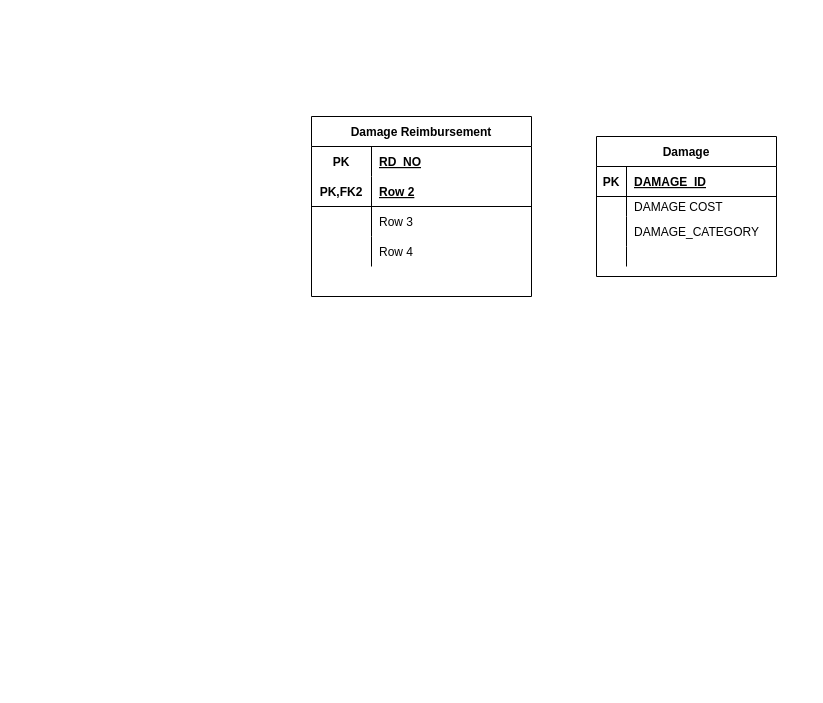
SaraHoxha/lds-dw-modelling keeps this draw.io diagram as dw_schema.drawio. Above is the earlier version. Source tidied: cells renumbered, new cells numbered last; positions are measured from the earlier drawing's top-left corner, leaving out a move shared by most shapes. Both pictures are drawn from the tidied source at 100%, with x=0, y=0 at pixel (311, 116).
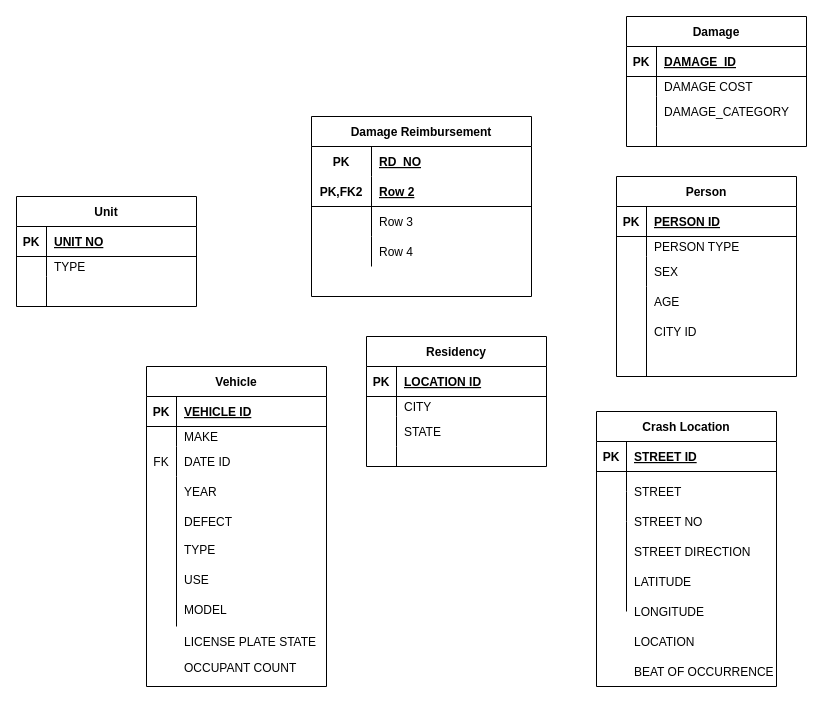
After the change.

Commit message (it also covers changes not shown here):
Dw schema shared skatch

Diff of the diagram source:
```diff
@@
     <mxCell id="15" value="Damage" style="shape=table;startSize=30;childLayout=tableLayout;rowLines=0;fontStyle=1;align=center;" parent="1" vertex="1">
-      <mxGeometry x="285" y="20" width="180" height="140" as="geometry" />
+      <mxGeometry x="315" y="-100" width="180" height="130" as="geometry" />
     </mxCell>
@@
+    <mxCell id="28" value="Person" style="shape=table;startSize=30;childLayout=tableLayout;rowLines=0;fontStyle=1;align=center;" parent="1" vertex="1">
+      <mxGeometry x="305" y="60" width="180" height="200" as="geometry" />
+    </mxCell>
+    <mxCell id="29" style="shape=tableRow;horizontal=0;startSize=0;swimlaneHead=0;swimlaneBody=0;fillColor=none;top=0;left=0;right=0;bottom=1;" parent="28" vertex="1">
+      <mxGeometry y="30" width="180" height="30" as="geometry" />
+    </mxCell>
+    <mxCell id="30" value="PK" style="shape=partialRectangle;fillColor=none;top=0;left=0;bottom=0;right=0;fontStyle=1;overflow=hidden;" parent="29" vertex="1">
+      <mxGeometry width="30" height="30" as="geometry" />
+    </mxCell>
+    <mxCell id="31" value="PERSON ID" style="shape=partialRectangle;fillColor=none;top=0;left=0;bottom=0;right=0;align=left;spacingLeft=6;fontStyle=5;overflow=hidden;" parent="29" vertex="1">
+      <mxGeometry x="30" width="150" height="30" as="geometry" />
+    </mxCell>
+    <mxCell id="32" style="shape=tableRow;horizontal=0;startSize=0;swimlaneHead=0;swimlaneBody=0;fillColor=none;top=0;left=0;right=0;bottom=0;" parent="28" vertex="1">
+      <mxGeometry y="60" width="180" height="20" as="geometry" />
+    </mxCell>
+    <mxCell id="33" style="shape=partialRectangle;fillColor=none;top=0;left=0;bottom=0;right=0;overflow=hidden;" parent="32" vertex="1">
+      <mxGeometry width="30" height="20" as="geometry" />
+    </mxCell>
+    <mxCell id="34" value="PERSON TYPE" style="shape=partialRectangle;fillColor=none;top=0;left=0;bottom=0;right=0;align=left;spacingLeft=6;overflow=hidden;" parent="32" vertex="1">
+      <mxGeometry x="30" width="150" height="20" as="geometry" />
+    </mxCell>
+    <mxCell id="35" style="shape=tableRow;horizontal=0;startSize=0;swimlaneHead=0;swimlaneBody=0;fillColor=none;top=0;left=0;right=0;bottom=0;" parent="28" vertex="1">
+      <mxGeometry y="80" width="180" height="30" as="geometry" />
+    </mxCell>
+    <mxCell id="36" style="shape=partialRectangle;fillColor=none;top=0;left=0;bottom=0;right=0;overflow=hidden;" parent="35" vertex="1">
+      <mxGeometry width="30" height="30" as="geometry" />
+    </mxCell>
+    <mxCell id="37" value="SEX" style="shape=partialRectangle;fillColor=none;top=0;left=0;bottom=0;right=0;align=left;spacingLeft=6;overflow=hidden;" parent="35" vertex="1">
+      <mxGeometry x="30" width="150" height="30" as="geometry" />
+    </mxCell>
+    <mxCell id="38" style="shape=tableRow;horizontal=0;startSize=0;swimlaneHead=0;swimlaneBody=0;fillColor=none;top=0;left=0;right=0;bottom=0;" parent="28" vertex="1">
+      <mxGeometry y="110" width="180" height="90" as="geometry" />
+    </mxCell>
+    <mxCell id="39" style="shape=partialRectangle;fillColor=none;top=0;left=0;bottom=0;right=0;overflow=hidden;" parent="38" vertex="1">
+      <mxGeometry width="30" height="90" as="geometry" />
+    </mxCell>
+    <mxCell id="40" style="shape=partialRectangle;fillColor=none;top=0;left=0;bottom=0;right=0;align=left;spacingLeft=6;overflow=hidden;" parent="38" vertex="1">
+      <mxGeometry x="30" width="150" height="90" as="geometry" />
+    </mxCell>
+    <mxCell id="41" value="AGE" style="shape=partialRectangle;fillColor=none;top=0;left=0;bottom=0;right=0;align=left;spacingLeft=6;overflow=hidden;" parent="1" vertex="1">
+      <mxGeometry x="335" y="170" width="150" height="30" as="geometry" />
+    </mxCell>
+    <mxCell id="42" value="CITY ID" style="shape=partialRectangle;fillColor=none;top=0;left=0;bottom=0;right=0;align=left;spacingLeft=6;overflow=hidden;" parent="1" vertex="1">
+      <mxGeometry x="335" y="200" width="150" height="30" as="geometry" />
+    </mxCell>
+    <mxCell id="43" value="Residency" style="shape=table;startSize=30;childLayout=tableLayout;rowLines=0;fontStyle=1;align=center;" parent="1" vertex="1">
+      <mxGeometry x="55" y="220" width="180" height="130" as="geometry" />
+    </mxCell>
+    <mxCell id="44" style="shape=tableRow;horizontal=0;startSize=0;swimlaneHead=0;swimlaneBody=0;fillColor=none;top=0;left=0;right=0;bottom=1;" parent="43" vertex="1">
+      <mxGeometry y="30" width="180" height="30" as="geometry" />
+    </mxCell>
+    <mxCell id="45" value="PK" style="shape=partialRectangle;fillColor=none;top=0;left=0;bottom=0;right=0;fontStyle=1;overflow=hidden;" parent="44" vertex="1">
+      <mxGeometry width="30" height="30" as="geometry" />
+    </mxCell>
+    <mxCell id="46" value="LOCATION ID" style="shape=partialRectangle;fillColor=none;top=0;left=0;bottom=0;right=0;align=left;spacingLeft=6;fontStyle=5;overflow=hidden;" parent="44" vertex="1">
+      <mxGeometry x="30" width="150" height="30" as="geometry" />
+    </mxCell>
+    <mxCell id="47" style="shape=tableRow;horizontal=0;startSize=0;swimlaneHead=0;swimlaneBody=0;fillColor=none;top=0;left=0;right=0;bottom=0;" parent="43" vertex="1">
+      <mxGeometry y="60" width="180" height="20" as="geometry" />
+    </mxCell>
+    <mxCell id="48" style="shape=partialRectangle;fillColor=none;top=0;left=0;bottom=0;right=0;overflow=hidden;" parent="47" vertex="1">
+      <mxGeometry width="30" height="20" as="geometry" />
+    </mxCell>
+    <mxCell id="49" value="CITY" style="shape=partialRectangle;fillColor=none;top=0;left=0;bottom=0;right=0;align=left;spacingLeft=6;overflow=hidden;" parent="47" vertex="1">
+      <mxGeometry x="30" width="150" height="20" as="geometry" />
+    </mxCell>
+    <mxCell id="50" style="shape=tableRow;horizontal=0;startSize=0;swimlaneHead=0;swimlaneBody=0;fillColor=none;top=0;left=0;right=0;bottom=0;" parent="43" vertex="1">
+      <mxGeometry y="80" width="180" height="30" as="geometry" />
+    </mxCell>
+    <mxCell id="51" style="shape=partialRectangle;fillColor=none;top=0;left=0;bottom=0;right=0;overflow=hidden;" parent="50" vertex="1">
+      <mxGeometry width="30" height="30" as="geometry" />
+    </mxCell>
+    <mxCell id="52" value="STATE" style="shape=partialRectangle;fillColor=none;top=0;left=0;bottom=0;right=0;align=left;spacingLeft=6;overflow=hidden;" parent="50" vertex="1">
+      <mxGeometry x="30" width="150" height="30" as="geometry" />
+    </mxCell>
+    <mxCell id="53" style="shape=tableRow;horizontal=0;startSize=0;swimlaneHead=0;swimlaneBody=0;fillColor=none;top=0;left=0;right=0;bottom=0;" parent="43" vertex="1">
+      <mxGeometry y="110" width="180" height="20" as="geometry" />
+    </mxCell>
+    <mxCell id="54" style="shape=partialRectangle;fillColor=none;top=0;left=0;bottom=0;right=0;overflow=hidden;" parent="53" vertex="1">
+      <mxGeometry width="30" height="20" as="geometry" />
+    </mxCell>
+    <mxCell id="55" style="shape=partialRectangle;fillColor=none;top=0;left=0;bottom=0;right=0;align=left;spacingLeft=6;overflow=hidden;" parent="53" vertex="1">
+      <mxGeometry x="30" width="150" height="20" as="geometry" />
+    </mxCell>
+    <mxCell id="56" value="Crash Location" style="shape=table;startSize=30;childLayout=tableLayout;rowLines=0;fontStyle=1;align=center;" parent="1" vertex="1">
+      <mxGeometry x="285" y="295" width="180" height="275" as="geometry" />
+    </mxCell>
+    <mxCell id="57" style="shape=tableRow;horizontal=0;startSize=0;swimlaneHead=0;swimlaneBody=0;fillColor=none;top=0;left=0;right=0;bottom=1;" parent="56" vertex="1">
+      <mxGeometry y="30" width="180" height="30" as="geometry" />
+    </mxCell>
+    <mxCell id="58" value="PK" style="shape=partialRectangle;fillColor=none;top=0;left=0;bottom=0;right=0;fontStyle=1;overflow=hidden;" parent="57" vertex="1">
+      <mxGeometry width="30" height="30" as="geometry" />
+    </mxCell>
+    <mxCell id="59" value="STREET ID" style="shape=partialRectangle;fillColor=none;top=0;left=0;bottom=0;right=0;align=left;spacingLeft=6;fontStyle=5;overflow=hidden;" parent="57" vertex="1">
+      <mxGeometry x="30" width="150" height="30" as="geometry" />
+    </mxCell>
+    <mxCell id="60" style="shape=tableRow;horizontal=0;startSize=0;swimlaneHead=0;swimlaneBody=0;fillColor=none;top=0;left=0;right=0;bottom=0;" parent="56" vertex="1">
+      <mxGeometry y="60" width="180" height="20" as="geometry" />
+    </mxCell>
+    <mxCell id="61" style="shape=partialRectangle;fillColor=none;top=0;left=0;bottom=0;right=0;overflow=hidden;" parent="60" vertex="1">
+      <mxGeometry width="30" height="20" as="geometry" />
+    </mxCell>
+    <mxCell id="62" style="shape=partialRectangle;fillColor=none;top=0;left=0;bottom=0;right=0;align=left;spacingLeft=6;overflow=hidden;" parent="60" vertex="1">
+      <mxGeometry x="30" width="150" height="20" as="geometry" />
+    </mxCell>
+    <mxCell id="63" style="shape=tableRow;horizontal=0;startSize=0;swimlaneHead=0;swimlaneBody=0;fillColor=none;top=0;left=0;right=0;bottom=0;" parent="56" vertex="1">
+      <mxGeometry y="80" width="180" height="30" as="geometry" />
+    </mxCell>
+    <mxCell id="64" style="shape=partialRectangle;fillColor=none;top=0;left=0;bottom=0;right=0;overflow=hidden;" parent="63" vertex="1">
+      <mxGeometry width="30" height="30" as="geometry" />
+    </mxCell>
+    <mxCell id="65" style="shape=partialRectangle;fillColor=none;top=0;left=0;bottom=0;right=0;align=left;spacingLeft=6;overflow=hidden;" parent="63" vertex="1">
+      <mxGeometry x="30" width="150" height="30" as="geometry" />
+    </mxCell>
+    <mxCell id="66" style="shape=tableRow;horizontal=0;startSize=0;swimlaneHead=0;swimlaneBody=0;fillColor=none;top=0;left=0;right=0;bottom=0;" parent="56" vertex="1">
+      <mxGeometry y="110" width="180" height="90" as="geometry" />
+    </mxCell>
+    <mxCell id="67" style="shape=partialRectangle;fillColor=none;top=0;left=0;bottom=0;right=0;overflow=hidden;" parent="66" vertex="1">
+      <mxGeometry width="30" height="90" as="geometry" />
+    </mxCell>
+    <mxCell id="68" style="shape=partialRectangle;fillColor=none;top=0;left=0;bottom=0;right=0;align=left;spacingLeft=6;overflow=hidden;" parent="66" vertex="1">
+      <mxGeometry x="30" width="150" height="90" as="geometry" />
+    </mxCell>
+    <mxCell id="69" value="LATITUDE" style="shape=partialRectangle;fillColor=none;top=0;left=0;bottom=0;right=0;align=left;spacingLeft=6;overflow=hidden;" parent="1" vertex="1">
+      <mxGeometry x="315" y="450" width="150" height="30" as="geometry" />
+    </mxCell>
+    <mxCell id="70" value="LONGITUDE" style="shape=partialRectangle;fillColor=none;top=0;left=0;bottom=0;right=0;align=left;spacingLeft=6;overflow=hidden;" parent="1" vertex="1">
+      <mxGeometry x="315" y="480" width="150" height="30" as="geometry" />
+    </mxCell>
+    <mxCell id="71" value="LOCATION" style="shape=partialRectangle;fillColor=none;top=0;left=0;bottom=0;right=0;align=left;spacingLeft=6;overflow=hidden;" parent="1" vertex="1">
+      <mxGeometry x="315" y="510" width="150" height="30" as="geometry" />
+    </mxCell>
+    <mxCell id="72" value="STREET" style="shape=partialRectangle;fillColor=none;top=0;left=0;bottom=0;right=0;align=left;spacingLeft=6;overflow=hidden;" parent="1" vertex="1">
+      <mxGeometry x="315" y="360" width="150" height="30" as="geometry" />
+    </mxCell>
+    <mxCell id="73" value="STREET NO" style="shape=partialRectangle;fillColor=none;top=0;left=0;bottom=0;right=0;align=left;spacingLeft=6;overflow=hidden;" parent="1" vertex="1">
+      <mxGeometry x="315" y="390" width="150" height="30" as="geometry" />
+    </mxCell>
+    <mxCell id="74" value="STREET DIRECTION" style="shape=partialRectangle;fillColor=none;top=0;left=0;bottom=0;right=0;align=left;spacingLeft=6;overflow=hidden;" parent="1" vertex="1">
+      <mxGeometry x="315" y="420" width="150" height="30" as="geometry" />
+    </mxCell>
+    <mxCell id="75" value="BEAT OF OCCURRENCE" style="shape=partialRectangle;fillColor=none;top=0;left=0;bottom=0;right=0;align=left;spacingLeft=6;overflow=hidden;" parent="1" vertex="1">
+      <mxGeometry x="315" y="540" width="150" height="30" as="geometry" />
+    </mxCell>
+    <mxCell id="76" value="Vehicle" style="shape=table;startSize=30;childLayout=tableLayout;rowLines=0;fontStyle=1;align=center;" parent="1" vertex="1">
+      <mxGeometry x="-165" y="250" width="180" height="320" as="geometry" />
+    </mxCell>
+    <mxCell id="77" style="shape=tableRow;horizontal=0;startSize=0;swimlaneHead=0;swimlaneBody=0;fillColor=none;top=0;left=0;right=0;bottom=1;" parent="76" vertex="1">
+      <mxGeometry y="30" width="180" height="30" as="geometry" />
+    </mxCell>
+    <mxCell id="78" value="PK" style="shape=partialRectangle;fillColor=none;top=0;left=0;bottom=0;right=0;fontStyle=1;overflow=hidden;" parent="77" vertex="1">
+      <mxGeometry width="30" height="30" as="geometry" />
+    </mxCell>
+    <mxCell id="79" value="VEHICLE ID" style="shape=partialRectangle;fillColor=none;top=0;left=0;bottom=0;right=0;align=left;spacingLeft=6;fontStyle=5;overflow=hidden;" parent="77" vertex="1">
+      <mxGeometry x="30" width="150" height="30" as="geometry" />
+    </mxCell>
+    <mxCell id="80" style="shape=tableRow;horizontal=0;startSize=0;swimlaneHead=0;swimlaneBody=0;fillColor=none;top=0;left=0;right=0;bottom=0;" parent="76" vertex="1">
+      <mxGeometry y="60" width="180" height="20" as="geometry" />
+    </mxCell>
+    <mxCell id="81" style="shape=partialRectangle;fillColor=none;top=0;left=0;bottom=0;right=0;overflow=hidden;" parent="80" vertex="1">
+      <mxGeometry width="30" height="20" as="geometry" />
+    </mxCell>
+    <mxCell id="82" value="MAKE" style="shape=partialRectangle;fillColor=none;top=0;left=0;bottom=0;right=0;align=left;spacingLeft=6;overflow=hidden;" parent="80" vertex="1">
+      <mxGeometry x="30" width="150" height="20" as="geometry" />
+    </mxCell>
+    <mxCell id="83" style="shape=tableRow;horizontal=0;startSize=0;swimlaneHead=0;swimlaneBody=0;fillColor=none;top=0;left=0;right=0;bottom=0;" parent="76" vertex="1">
+      <mxGeometry y="80" width="180" height="30" as="geometry" />
+    </mxCell>
+    <mxCell id="84" value="FK" style="shape=partialRectangle;fillColor=none;top=0;left=0;bottom=0;right=0;overflow=hidden;" parent="83" vertex="1">
+      <mxGeometry width="30" height="30" as="geometry" />
+    </mxCell>
+    <mxCell id="85" value="DATE ID" style="shape=partialRectangle;fillColor=none;top=0;left=0;bottom=0;right=0;align=left;spacingLeft=6;overflow=hidden;" parent="83" vertex="1">
+      <mxGeometry x="30" width="150" height="30" as="geometry" />
+    </mxCell>
+    <mxCell id="86" style="shape=tableRow;horizontal=0;startSize=0;swimlaneHead=0;swimlaneBody=0;fillColor=none;top=0;left=0;right=0;bottom=0;" parent="76" vertex="1">
+      <mxGeometry y="110" width="180" height="150" as="geometry" />
+    </mxCell>
+    <mxCell id="87" style="shape=partialRectangle;fillColor=none;top=0;left=0;bottom=0;right=0;overflow=hidden;" parent="86" vertex="1">
+      <mxGeometry width="30" height="150" as="geometry" />
+    </mxCell>
+    <mxCell id="88" style="shape=partialRectangle;fillColor=none;top=0;left=0;bottom=0;right=0;align=left;spacingLeft=6;overflow=hidden;" parent="86" vertex="1">
+      <mxGeometry x="30" width="150" height="150" as="geometry" />
+    </mxCell>
+    <mxCell id="89" value="YEAR" style="shape=partialRectangle;fillColor=none;top=0;left=0;bottom=0;right=0;align=left;spacingLeft=6;overflow=hidden;" parent="1" vertex="1">
+      <mxGeometry x="-135" y="360" width="150" height="30" as="geometry" />
+    </mxCell>
+    <mxCell id="90" value="DEFECT" style="shape=partialRectangle;fillColor=none;top=0;left=0;bottom=0;right=0;align=left;spacingLeft=6;overflow=hidden;" parent="1" vertex="1">
+      <mxGeometry x="-135" y="390" width="150" height="30" as="geometry" />
+    </mxCell>
+    <mxCell id="91" value="TYPE" style="shape=partialRectangle;fillColor=none;top=0;left=0;bottom=0;right=0;align=left;spacingLeft=6;overflow=hidden;" parent="1" vertex="1">
+      <mxGeometry x="-135" y="417.5" width="150" height="30" as="geometry" />
+    </mxCell>
+    <mxCell id="92" value="USE" style="shape=partialRectangle;fillColor=none;top=0;left=0;bottom=0;right=0;align=left;spacingLeft=6;overflow=hidden;" parent="1" vertex="1">
+      <mxGeometry x="-135" y="447.5" width="150" height="30" as="geometry" />
+    </mxCell>
+    <mxCell id="93" value="Unit" style="shape=table;startSize=30;childLayout=tableLayout;rowLines=0;fontStyle=1;align=center;" parent="1" vertex="1">
+      <mxGeometry x="-295" y="80" width="180" height="110" as="geometry" />
+    </mxCell>
+    <mxCell id="94" style="shape=tableRow;horizontal=0;startSize=0;swimlaneHead=0;swimlaneBody=0;fillColor=none;top=0;left=0;right=0;bottom=1;" parent="93" vertex="1">
+      <mxGeometry y="30" width="180" height="30" as="geometry" />
+    </mxCell>
+    <mxCell id="95" value="PK" style="shape=partialRectangle;fillColor=none;top=0;left=0;bottom=0;right=0;fontStyle=1;overflow=hidden;" parent="94" vertex="1">
+      <mxGeometry width="30" height="30" as="geometry" />
+    </mxCell>
+    <mxCell id="96" value="UNIT NO" style="shape=partialRectangle;fillColor=none;top=0;left=0;bottom=0;right=0;align=left;spacingLeft=6;fontStyle=5;overflow=hidden;" parent="94" vertex="1">
+      <mxGeometry x="30" width="150" height="30" as="geometry" />
+    </mxCell>
+    <mxCell id="97" style="shape=tableRow;horizontal=0;startSize=0;swimlaneHead=0;swimlaneBody=0;fillColor=none;top=0;left=0;right=0;bottom=0;" parent="93" vertex="1">
+      <mxGeometry y="60" width="180" height="20" as="geometry" />
+    </mxCell>
+    <mxCell id="98" style="shape=partialRectangle;fillColor=none;top=0;left=0;bottom=0;right=0;overflow=hidden;" parent="97" vertex="1">
+      <mxGeometry width="30" height="20" as="geometry" />
+    </mxCell>
+    <mxCell id="99" value="TYPE" style="shape=partialRectangle;fillColor=none;top=0;left=0;bottom=0;right=0;align=left;spacingLeft=6;overflow=hidden;" parent="97" vertex="1">
+      <mxGeometry x="30" width="150" height="20" as="geometry" />
+    </mxCell>
+    <mxCell id="100" style="shape=tableRow;horizontal=0;startSize=0;swimlaneHead=0;swimlaneBody=0;fillColor=none;top=0;left=0;right=0;bottom=0;" parent="93" vertex="1">
+      <mxGeometry y="80" width="180" height="30" as="geometry" />
+    </mxCell>
+    <mxCell id="101" style="shape=partialRectangle;fillColor=none;top=0;left=0;bottom=0;right=0;overflow=hidden;" parent="100" vertex="1">
+      <mxGeometry width="30" height="30" as="geometry" />
+    </mxCell>
+    <mxCell id="102" style="shape=partialRectangle;fillColor=none;top=0;left=0;bottom=0;right=0;align=left;spacingLeft=6;overflow=hidden;" parent="100" vertex="1">
+      <mxGeometry x="30" width="150" height="30" as="geometry" />
+    </mxCell>
+    <mxCell id="103" value="MODEL" style="shape=partialRectangle;fillColor=none;top=0;left=0;bottom=0;right=0;align=left;spacingLeft=6;overflow=hidden;" parent="1" vertex="1">
+      <mxGeometry x="-135" y="477.5" width="150" height="30" as="geometry" />
+    </mxCell>
+    <mxCell id="104" value="LICENSE PLATE STATE" style="shape=partialRectangle;fillColor=none;top=0;left=0;bottom=0;right=0;align=left;spacingLeft=6;overflow=hidden;" parent="1" vertex="1">
+      <mxGeometry x="-135" y="513.8" width="150" height="22.5" as="geometry" />
+    </mxCell>
+    <mxCell id="105" value="OCCUPANT COUNT" style="shape=partialRectangle;fillColor=none;top=0;left=0;bottom=0;right=0;align=left;spacingLeft=6;overflow=hidden;" parent="1" vertex="1">
+      <mxGeometry x="-135" y="540" width="150" height="22.5" as="geometry" />
+    </mxCell>
```
